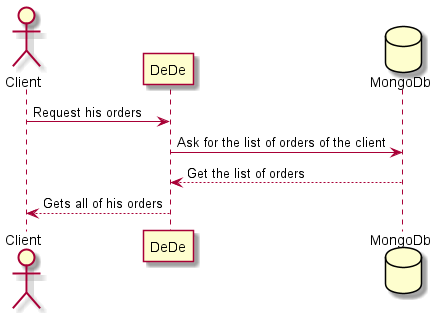
Earlier version of the PlantUML export images/ClientOrders.png (Arquisoft/Arquisoft-dede_es_04a). Source of this version:
```plantuml
@startuml
actor Client
participant DeDe
database MongoDb
Client -> DeDe: Request his orders
DeDe -> MongoDb: Ask for the list of orders of the client
MongoDb --> DeDe: Get the list of orders
DeDe --> Client: Gets all of his orders
@enduml
```
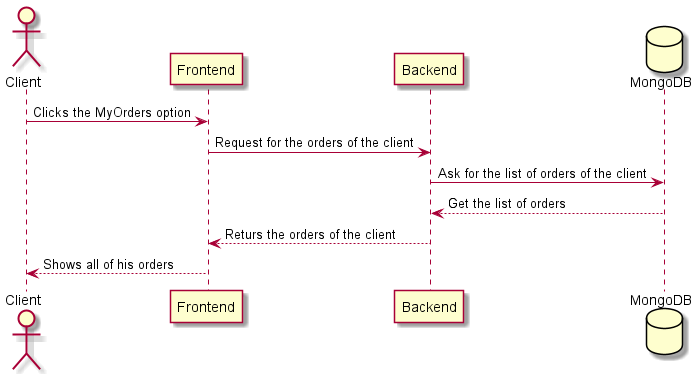
After the change.

Diff of the diagram source:
```diff
@@ -1,9 +1,12 @@
 @startuml
 actor Client
-participant DeDe
-database MongoDb
-Client -> DeDe: Request his orders
-DeDe -> MongoDb: Ask for the list of orders of the client
-MongoDb --> DeDe: Get the list of orders
-DeDe --> Client: Gets all of his orders
+participant Frontend
+participant Backend
+database MongoDB
+Client -> Frontend: Clicks the MyOrders option
+Frontend -> Backend: Request for the orders of the client
+Backend -> MongoDB: Ask for the list of orders of the client
+MongoDB --> Backend: Get the list of orders
+Backend --> Frontend: Returs the orders of the client
+Frontend --> Client: Shows all of his orders
 @enduml
```
